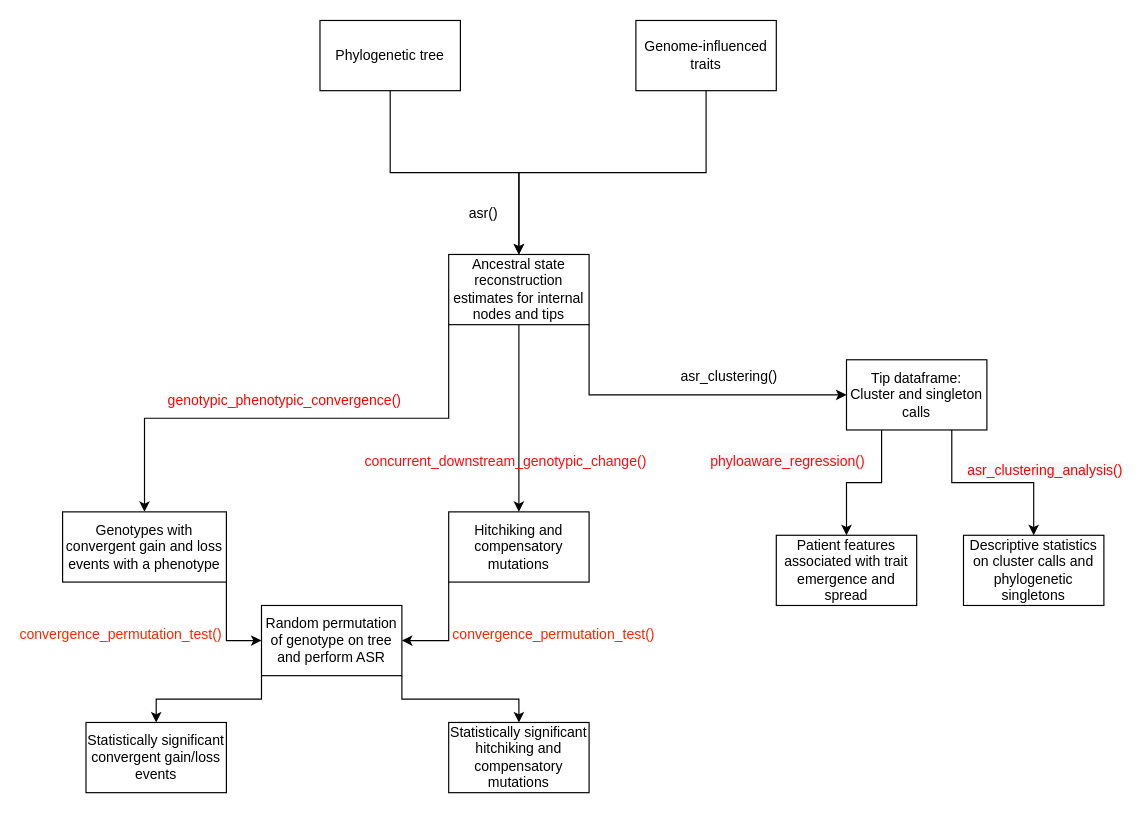
This is Phylosuite.drawio from kylegontjes/phyloAMR, a draw.io file, before an edit. Source tidied: cells renumbered, new cells numbered last; positions are measured from the earlier drawing's top-left corner, leaving out a move shared by most shapes. Both pictures are drawn from the tidied source at 117%, with x=0, y=0 at pixel (62, 20).
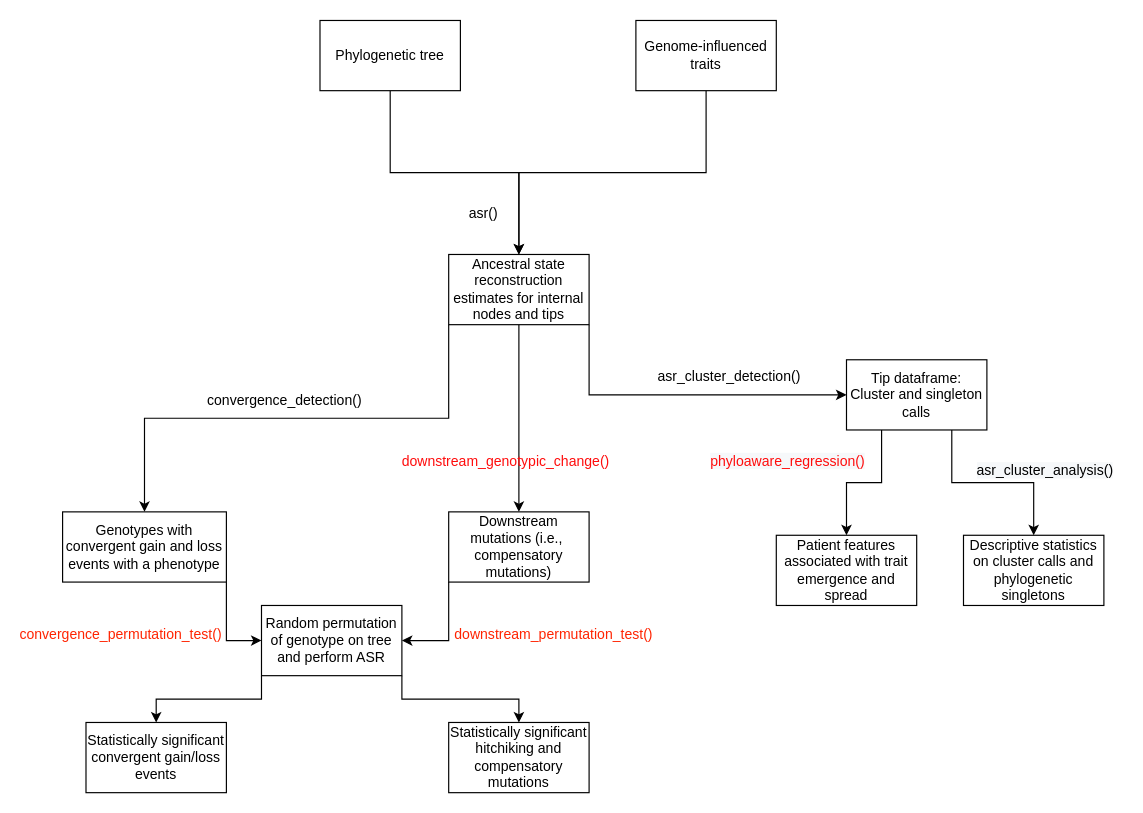
Above is the later version.

Commit message:
Update phylosuite diagram to reflect recent changes

The edit, as a diff of the source:
```diff
@@
-    <mxCell id="10" value="asr_clustering()" style="text;strokeColor=none;align=center;fillColor=none;html=1;verticalAlign=middle;whiteSpace=wrap;rounded=0;" parent="1" vertex="1">
+    <mxCell id="10" value="asr_cluster_detection()" style="text;strokeColor=none;align=center;fillColor=none;html=1;verticalAlign=middle;whiteSpace=wrap;rounded=0;" parent="1" vertex="1">
       <mxGeometry x="540" y="290" width="60" height="30" as="geometry" />
     </mxCell>
@@
-    <mxCell id="13" value="&lt;span style=&quot;text-align: start; background-color: rgb(255, 255, 255);&quot;&gt;&lt;font style=&quot;&quot; face=&quot;Helvetica&quot;&gt;genotypic_phenotypic_convergence()&lt;/font&gt;&lt;/span&gt;" style="text;strokeColor=none;align=center;fillColor=none;html=1;verticalAlign=middle;whiteSpace=wrap;rounded=0;fontColor=#FF0000;" parent="1" vertex="1">
+    <mxCell id="13" value="&lt;span style=&quot;text-align: start; background-color: rgb(255, 255, 255);&quot;&gt;&lt;font style=&quot;color: rgb(0, 0, 0);&quot; face=&quot;Helvetica&quot;&gt;convergence_detection()&lt;/font&gt;&lt;/span&gt;" style="text;strokeColor=none;align=center;fillColor=none;html=1;verticalAlign=middle;whiteSpace=wrap;rounded=0;fontColor=#FF0000;" parent="1" vertex="1">
       <mxGeometry x="160" y="310" width="60" height="30" as="geometry" />
     </mxCell>
@@
-    <mxCell id="17" value="Hitchiking and compensatory mutations" style="whiteSpace=wrap;html=1;" parent="1" vertex="1">
+    <mxCell id="17" value="Downstream mutations (i.e.,&amp;nbsp; compensatory mutations)" style="whiteSpace=wrap;html=1;" parent="1" vertex="1">
       <mxGeometry x="330" y="420" width="120" height="60" as="geometry" />
     </mxCell>
-    <mxCell id="18" value="&lt;div style=&quot;text-align: start;&quot;&gt;&lt;span style=&quot;background-color: transparent;&quot;&gt;concurrent_downstream_genotypic_change()&lt;/span&gt;&lt;/div&gt;" style="text;strokeColor=none;align=center;fillColor=none;html=1;verticalAlign=middle;whiteSpace=wrap;rounded=0;fontColor=#FF0C0C;" parent="1" vertex="1">
+    <mxCell id="18" value="&lt;div style=&quot;text-align: start;&quot;&gt;&lt;span style=&quot;background-color: transparent;&quot;&gt;downstream_genotypic_change()&lt;/span&gt;&lt;/div&gt;" style="text;strokeColor=none;align=center;fillColor=none;html=1;verticalAlign=middle;whiteSpace=wrap;rounded=0;fontColor=#FF0C0C;" parent="1" vertex="1">
       <mxGeometry x="349" y="362" width="60" height="30" as="geometry" />
     </mxCell>
@@
-    <mxCell id="24" value="&lt;span style=&quot;color: rgb(255, 36, 2);&quot;&gt;convergence_permutation_test()&lt;/span&gt;" style="text;strokeColor=none;align=center;fillColor=none;html=1;verticalAlign=middle;whiteSpace=wrap;rounded=0;" parent="1" vertex="1">
+    <mxCell id="24" value="&lt;span style=&quot;color: rgb(255, 36, 2);&quot;&gt;downstream_permutation_test()&lt;/span&gt;" style="text;strokeColor=none;align=center;fillColor=none;html=1;verticalAlign=middle;whiteSpace=wrap;rounded=0;" parent="1" vertex="1">
       <mxGeometry x="390" y="510" width="60" height="30" as="geometry" />
     </mxCell>
@@
-    <mxCell id="31" value="&lt;span style=&quot;text-align: start; background-color: rgb(246, 248, 250);&quot;&gt;&lt;font style=&quot;color: rgb(255, 0, 0);&quot; face=&quot;Helvetica&quot;&gt;asr_clustering_analysis()&lt;/font&gt;&lt;/span&gt;" style="text;strokeColor=none;align=center;fillColor=none;html=1;verticalAlign=middle;whiteSpace=wrap;rounded=0;fontColor=#FF0C0C;" parent="1" vertex="1">
+    <mxCell id="31" value="&lt;span style=&quot;text-align: start; background-color: rgb(246, 248, 250);&quot;&gt;&lt;font style=&quot;color: rgb(0, 0, 0);&quot; face=&quot;Helvetica&quot;&gt;asr_cluster_analysis()&lt;/font&gt;&lt;/span&gt;" style="text;strokeColor=none;align=center;fillColor=none;html=1;verticalAlign=middle;whiteSpace=wrap;rounded=0;fontColor=#FF0C0C;" parent="1" vertex="1">
       <mxGeometry x="810" y="370" width="60" height="30" as="geometry" />
     </mxCell>
```
